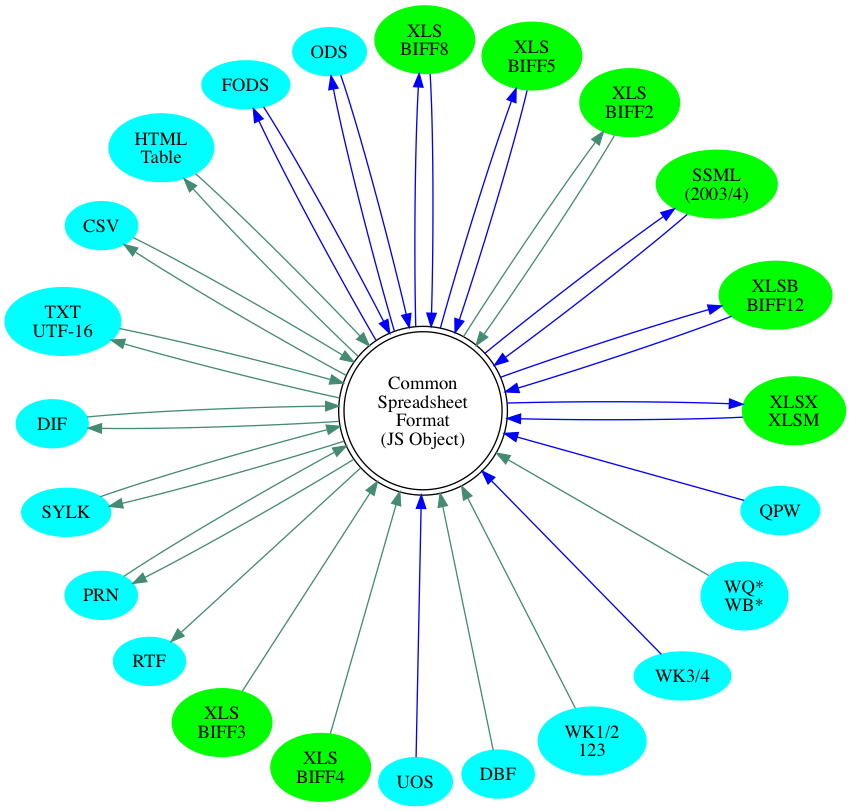
KingTiger001/sheet-project keeps this Graphviz diagram as formats.png. Above is the earlier version. Its source is kept beside it as formats.dot.
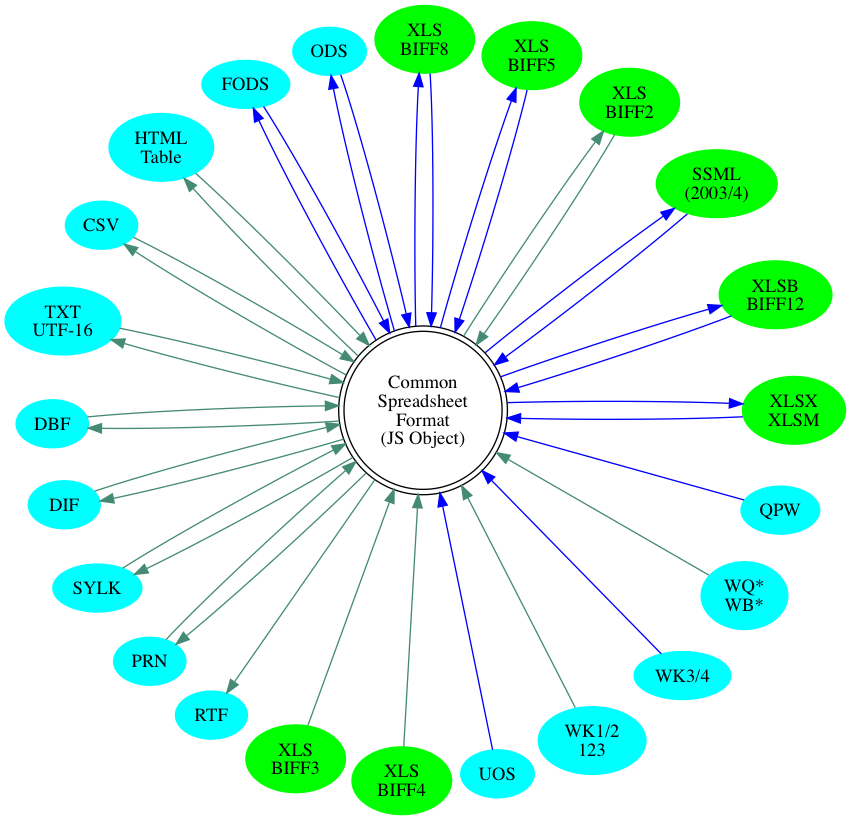
The same file after the commit.

Diff of the diagram source:
```diff
@@ -72,6 +72,7 @@
 		txt -> csf
 		csf -> txt
 		dbf -> csf
+		csf -> dbf
 		html -> csf
 		csf -> html
 	}
```
